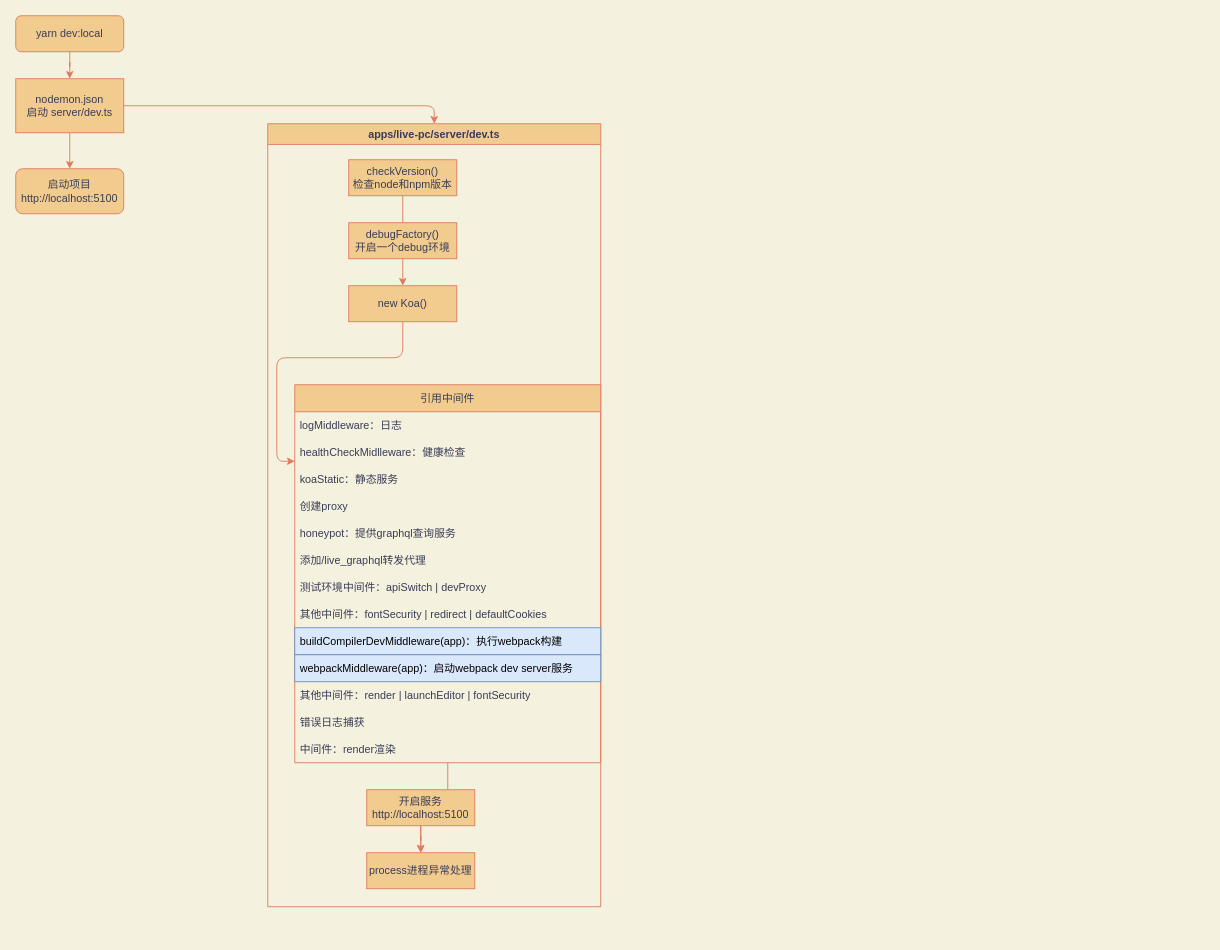
The draw.io diagram page "Page-1" (1 of 2) of graph-project.drawio in freshhan163/baiduAcademy, before the edit. Source tidied: cells renumbered, new cells numbered last; positions are measured from the earlier drawing's top-left corner, leaving out a move shared by most shapes. Both pictures are drawn from the tidied source at 90%, with x=0, y=0 at pixel (15, 15).
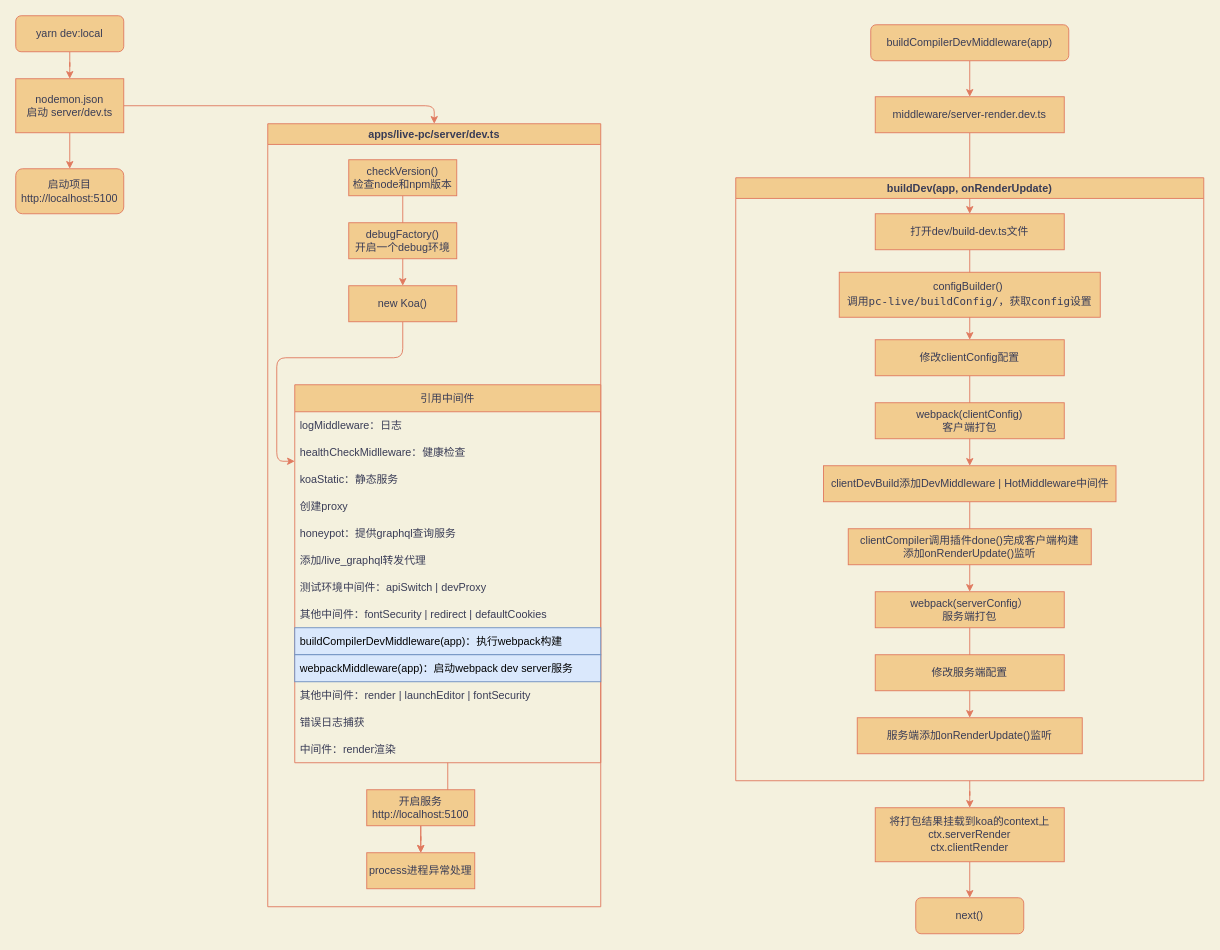
After the change.

Change to the diagram source:
```diff
@@
+    <mxCell id="32" style="edgeStyle=orthogonalEdgeStyle;curved=0;rounded=1;sketch=0;jettySize=auto;html=1;fontColor=#393C56;strokeColor=#E07A5F;fillColor=#F2CC8F;" parent="1" edge="1" source="33" target="35">
+      <mxGeometry relative="1" as="geometry" />
+    </mxCell>
+    <mxCell id="33" value="buildCompilerDevMiddleware(app)" style="rounded=1;whiteSpace=wrap;html=1;fontSize=12;glass=0;strokeWidth=1;shadow=0;fillColor=#F2CC8F;strokeColor=#E07A5F;fontColor=#393C56;" parent="1" vertex="1">
+      <mxGeometry x="950" y="10" width="220" height="40" as="geometry" />
+    </mxCell>
+    <mxCell id="34" style="edgeStyle=orthogonalEdgeStyle;curved=0;rounded=1;sketch=0;jettySize=auto;html=1;fontColor=#393C56;strokeColor=#E07A5F;fillColor=#F2CC8F;" parent="1" edge="1" source="35" target="41">
+      <mxGeometry relative="1" as="geometry" />
+    </mxCell>
+    <mxCell id="35" value="middleware/server-render.dev.ts" style="rounded=0;whiteSpace=wrap;html=1;sketch=0;fontColor=#393C56;strokeColor=#E07A5F;fillColor=#F2CC8F;" parent="1" vertex="1">
+      <mxGeometry x="955" y="90" width="210" height="40" as="geometry" />
+    </mxCell>
+    <mxCell id="36" style="edgeStyle=orthogonalEdgeStyle;curved=0;rounded=1;sketch=0;jettySize=auto;html=1;fontColor=#393C56;strokeColor=#E07A5F;fillColor=#F2CC8F;" parent="1" edge="1" source="37" target="53">
+      <mxGeometry relative="1" as="geometry" />
+    </mxCell>
+    <mxCell id="37" value="将打包结果挂载到koa的context上&lt;br&gt;ctx.serverRender&lt;br&gt;ctx.clientRender" style="rounded=0;whiteSpace=wrap;html=1;sketch=0;fontColor=#393C56;strokeColor=#E07A5F;fillColor=#F2CC8F;" parent="1" vertex="1">
+      <mxGeometry x="955" y="880" width="210" height="60" as="geometry" />
+    </mxCell>
+    <mxCell id="38" style="edgeStyle=orthogonalEdgeStyle;curved=0;rounded=1;sketch=0;jettySize=auto;html=1;fontColor=#393C56;strokeColor=#E07A5F;fillColor=#F2CC8F;" parent="1" edge="1" source="39" target="37">
+      <mxGeometry relative="1" as="geometry" />
+    </mxCell>
+    <mxCell id="39" value="buildDev(app, onRenderUpdate)" style="swimlane;rounded=0;sketch=0;fontColor=#393C56;strokeColor=#E07A5F;fillColor=#F2CC8F;" parent="1" vertex="1">
+      <mxGeometry x="800" y="180" width="520" height="670" as="geometry" />
+    </mxCell>
+    <mxCell id="40" style="edgeStyle=orthogonalEdgeStyle;curved=0;rounded=1;sketch=0;jettySize=auto;html=1;fontColor=#393C56;strokeColor=#E07A5F;fillColor=#F2CC8F;" parent="39" edge="1" source="41" target="44">
+      <mxGeometry relative="1" as="geometry" />
+    </mxCell>
+    <mxCell id="41" value="打开dev/build-dev.ts文件" style="rounded=0;whiteSpace=wrap;html=1;sketch=0;fontColor=#393C56;strokeColor=#E07A5F;fillColor=#F2CC8F;" parent="39" vertex="1">
+      <mxGeometry x="155" y="40" width="210" height="40" as="geometry" />
+    </mxCell>
+    <mxCell id="42" value="configBuilder()&amp;nbsp;&lt;br&gt;&lt;div style=&quot;font-family: &amp;#34;menlo&amp;#34; , &amp;#34;monaco&amp;#34; , &amp;#34;courier new&amp;#34; , monospace ; line-height: 18px&quot;&gt;调用pc-live/buildConfig/，获取config设置&lt;/div&gt;" style="rounded=0;whiteSpace=wrap;html=1;sketch=0;fontColor=#393C56;strokeColor=#E07A5F;fillColor=#F2CC8F;" parent="39" vertex="1">
+      <mxGeometry x="115" y="105" width="290" height="50" as="geometry" />
+    </mxCell>
+    <mxCell id="43" style="edgeStyle=orthogonalEdgeStyle;curved=0;rounded=1;sketch=0;jettySize=auto;html=1;fontColor=#393C56;strokeColor=#E07A5F;fillColor=#F2CC8F;" parent="39" edge="1" source="44" target="47">
+      <mxGeometry relative="1" as="geometry" />
+    </mxCell>
+    <mxCell id="44" value="修改clientConfig配置" style="rounded=0;whiteSpace=wrap;html=1;sketch=0;fontColor=#393C56;strokeColor=#E07A5F;fillColor=#F2CC8F;" parent="39" vertex="1">
+      <mxGeometry x="155" y="180" width="210" height="40" as="geometry" />
+    </mxCell>
+    <mxCell id="45" value="webpack(clientConfig)&lt;br&gt;客户端打包" style="rounded=0;whiteSpace=wrap;html=1;sketch=0;fontColor=#393C56;strokeColor=#E07A5F;fillColor=#F2CC8F;" parent="39" vertex="1">
+      <mxGeometry x="155" y="250" width="210" height="40" as="geometry" />
+    </mxCell>
+    <mxCell id="46" style="edgeStyle=orthogonalEdgeStyle;curved=0;rounded=1;sketch=0;jettySize=auto;html=1;fontColor=#393C56;strokeColor=#E07A5F;fillColor=#F2CC8F;" parent="39" edge="1" source="47" target="50">
+      <mxGeometry relative="1" as="geometry" />
+    </mxCell>
+    <mxCell id="47" value="clientDevBuild添加DevMiddleware | HotMiddleware中间件" style="rounded=0;whiteSpace=wrap;html=1;sketch=0;fontColor=#393C56;strokeColor=#E07A5F;fillColor=#F2CC8F;" parent="39" vertex="1">
+      <mxGeometry x="97.5" y="320" width="325" height="40" as="geometry" />
+    </mxCell>
+    <mxCell id="48" value="clientCompiler调用插件done()完成客户端构建&lt;br&gt;添加onRenderUpdate()监听" style="rounded=0;whiteSpace=wrap;html=1;sketch=0;fontColor=#393C56;strokeColor=#E07A5F;fillColor=#F2CC8F;" parent="39" vertex="1">
+      <mxGeometry x="125" y="390" width="270" height="40" as="geometry" />
+    </mxCell>
+    <mxCell id="49" style="edgeStyle=orthogonalEdgeStyle;curved=0;rounded=1;sketch=0;jettySize=auto;html=1;fontColor=#393C56;strokeColor=#E07A5F;fillColor=#F2CC8F;" parent="39" edge="1" source="50" target="52">
+      <mxGeometry relative="1" as="geometry" />
+    </mxCell>
+    <mxCell id="50" value="webpack(serverConfig）&lt;br&gt;服务端打包" style="rounded=0;whiteSpace=wrap;html=1;sketch=0;fontColor=#393C56;strokeColor=#E07A5F;fillColor=#F2CC8F;" parent="39" vertex="1">
+      <mxGeometry x="155" y="460" width="210" height="40" as="geometry" />
+    </mxCell>
+    <mxCell id="51" value="修改服务端配置" style="rounded=0;whiteSpace=wrap;html=1;sketch=0;fontColor=#393C56;strokeColor=#E07A5F;fillColor=#F2CC8F;" parent="39" vertex="1">
+      <mxGeometry x="155" y="530" width="210" height="40" as="geometry" />
+    </mxCell>
+    <mxCell id="52" value="服务端添加onRenderUpdate()监听" style="rounded=0;whiteSpace=wrap;html=1;sketch=0;fontColor=#393C56;strokeColor=#E07A5F;fillColor=#F2CC8F;" parent="39" vertex="1">
+      <mxGeometry x="135" y="600" width="250" height="40" as="geometry" />
+    </mxCell>
+    <mxCell id="53" value="next()" style="rounded=1;whiteSpace=wrap;html=1;labelBackgroundColor=none;sketch=0;fontColor=#393C56;strokeColor=#E07A5F;fillColor=#F2CC8F;" parent="1" vertex="1">
+      <mxGeometry x="1000" y="980" width="120" height="40" as="geometry" />
+    </mxCell>
```
